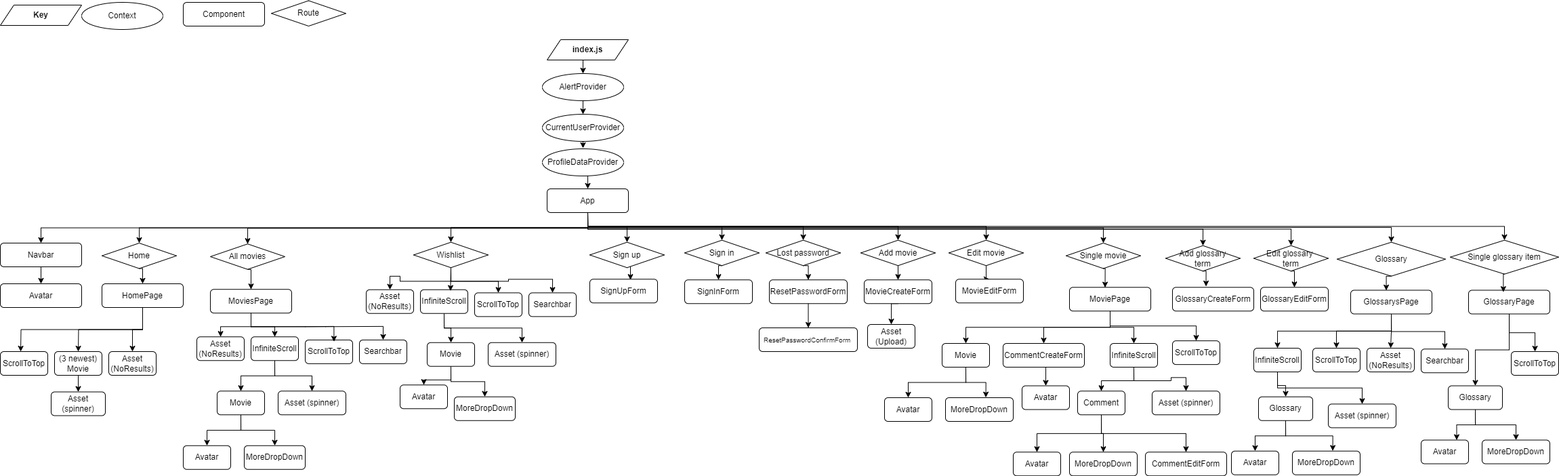
puma13992/cinematography keeps this draw.io diagram as documentation/features/components-part-1.png. Above is the earlier version. Source tidied: cells renumbered, new cells last; positions are measured from the earlier drawing's top-left corner, leaving out a move shared by most shapes.
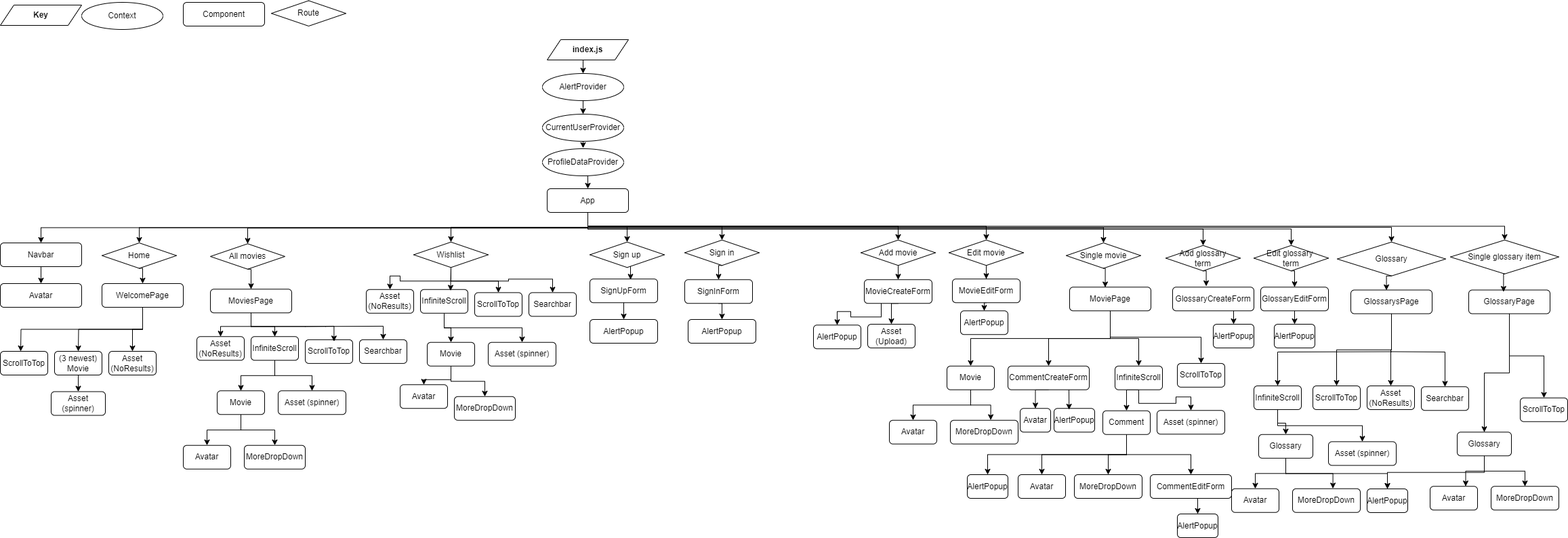
The same diagram one commit later.

Commit message:
Add components table to the readme

What changed in the source:
```diff
@@ -76,5 +76,2 @@
     </mxCell>
-    <mxCell id="25" style="edgeStyle=orthogonalEdgeStyle;rounded=0;jettySize=auto;html=1;exitX=0.5;exitY=1;exitDx=0;exitDy=0;" parent="1" edge="1" source="27" target="141">
-      <mxGeometry relative="1" as="geometry" />
-    </mxCell>
     <mxCell id="26" style="edgeStyle=orthogonalEdgeStyle;rounded=0;jettySize=auto;html=1;exitX=0.5;exitY=1;exitDx=0;exitDy=0;" parent="1" edge="1" source="27" target="151">
@@ -161,5 +158,8 @@
     </mxCell>
-    <mxCell id="51" value="HomePage" style="rounded=1;whiteSpace=wrap;html=1;" parent="1" vertex="1">
+    <mxCell id="51" value="WelcomePage" style="rounded=1;whiteSpace=wrap;html=1;" parent="1" vertex="1">
       <mxGeometry x="150" y="418" width="120" height="35" as="geometry" />
     </mxCell>
+    <mxCell id="162" style="edgeStyle=orthogonalEdgeStyle;rounded=0;jettySize=auto;html=1;exitX=0.5;exitY=1;exitDx=0;exitDy=0;entryX=0.5;entryY=0;entryDx=0;entryDy=0;" parent="1" edge="1" source="52" target="172">
+      <mxGeometry relative="1" as="geometry" />
+    </mxCell>
     <mxCell id="52" value="SignUpForm" style="rounded=1;whiteSpace=wrap;html=1;" parent="1" vertex="1">
@@ -167,2 +167,5 @@
     </mxCell>
+    <mxCell id="163" style="edgeStyle=orthogonalEdgeStyle;rounded=0;jettySize=auto;html=1;exitX=0.5;exitY=1;exitDx=0;exitDy=0;entryX=0.5;entryY=0;entryDx=0;entryDy=0;" parent="1" edge="1" source="53" target="173">
+      <mxGeometry relative="1" as="geometry" />
+    </mxCell>
     <mxCell id="53" value="SignInForm" style="rounded=1;whiteSpace=wrap;html=1;" parent="1" vertex="1">
@@ -173,2 +176,5 @@
     </mxCell>
+    <mxCell id="164" style="edgeStyle=orthogonalEdgeStyle;rounded=0;jettySize=auto;html=1;exitX=0.25;exitY=1;exitDx=0;exitDy=0;entryX=0.5;entryY=0;entryDx=0;entryDy=0;" parent="1" edge="1" source="55" target="174">
+      <mxGeometry relative="1" as="geometry" />
+    </mxCell>
     <mxCell id="55" value="MovieCreateForm" style="rounded=1;whiteSpace=wrap;html=1;" parent="1" vertex="1">
@@ -176,4 +182,7 @@
     </mxCell>
+    <mxCell id="165" style="edgeStyle=orthogonalEdgeStyle;rounded=0;jettySize=auto;html=1;exitX=0.5;exitY=1;exitDx=0;exitDy=0;entryX=0.5;entryY=0;entryDx=0;entryDy=0;" parent="1" edge="1" source="56" target="175">
+      <mxGeometry relative="1" as="geometry" />
+    </mxCell>
     <mxCell id="56" value="MovieEditForm" style="rounded=1;whiteSpace=wrap;html=1;" parent="1" vertex="1">
-      <mxGeometry x="1410" y="411.2" width="100" height="35" as="geometry" />
+      <mxGeometry x="1405" y="411.2" width="100" height="35" as="geometry" />
     </mxCell>
@@ -237,9 +246,9 @@
     <mxCell id="76" value="Movie" style="rounded=1;whiteSpace=wrap;html=1;" parent="1" vertex="1">
-      <mxGeometry x="1390" y="506" width="70" height="35" as="geometry" />
+      <mxGeometry x="1397" y="539.8" width="70" height="35" as="geometry" />
     </mxCell>
     <mxCell id="77" value="Avatar" style="rounded=1;whiteSpace=wrap;html=1;" parent="1" vertex="1">
-      <mxGeometry x="1305" y="586" width="70" height="35" as="geometry" />
+      <mxGeometry x="1312" y="619.8" width="70" height="35" as="geometry" />
     </mxCell>
     <mxCell id="78" value="MoreDropDown" style="rounded=1;whiteSpace=wrap;html=1;" parent="1" vertex="1">
-      <mxGeometry x="1395" y="586" width="100" height="35" as="geometry" />
+      <mxGeometry x="1402" y="619.8" width="100" height="35" as="geometry" />
     </mxCell>
@@ -249,3 +258,3 @@
     <mxCell id="80" value="CommentCreateForm" style="rounded=1;whiteSpace=wrap;html=1;" parent="1" vertex="1">
-      <mxGeometry x="1480" y="506" width="120" height="35" as="geometry" />
+      <mxGeometry x="1487" y="539.8" width="120" height="35" as="geometry" />
     </mxCell>
@@ -258,6 +267,6 @@
     <mxCell id="83" value="InfiniteScroll" style="rounded=1;whiteSpace=wrap;html=1;" parent="1" vertex="1">
-      <mxGeometry x="1638" y="506" width="70" height="35" as="geometry" />
+      <mxGeometry x="1645" y="539.8" width="70" height="35" as="geometry" />
     </mxCell>
     <mxCell id="84" value="Asset (spinner)" style="rounded=1;whiteSpace=wrap;html=1;" parent="1" vertex="1">
-      <mxGeometry x="1700" y="576.2" width="100" height="35" as="geometry" />
+      <mxGeometry x="1707" y="605.2" width="100" height="35" as="geometry" />
     </mxCell>
@@ -272,13 +281,19 @@
     </mxCell>
+    <mxCell id="166" style="edgeStyle=orthogonalEdgeStyle;rounded=0;jettySize=auto;html=1;exitX=0.5;exitY=1;exitDx=0;exitDy=0;" parent="1" edge="1" source="88" target="177">
+      <mxGeometry relative="1" as="geometry" />
+    </mxCell>
     <mxCell id="88" value="Comment" style="rounded=1;whiteSpace=wrap;html=1;" parent="1" vertex="1">
-      <mxGeometry x="1590" y="576.2" width="70" height="35" as="geometry" />
+      <mxGeometry x="1627" y="605.8" width="70" height="35" as="geometry" />
     </mxCell>
     <mxCell id="89" value="Avatar" style="rounded=1;whiteSpace=wrap;html=1;" parent="1" vertex="1">
-      <mxGeometry x="1495" y="666.2" width="70" height="35" as="geometry" />
+      <mxGeometry x="1502" y="700" width="70" height="35" as="geometry" />
     </mxCell>
     <mxCell id="90" value="MoreDropDown" style="rounded=1;whiteSpace=wrap;html=1;" parent="1" vertex="1">
-      <mxGeometry x="1578" y="666.2" width="100" height="35" as="geometry" />
+      <mxGeometry x="1585" y="700" width="100" height="35" as="geometry" />
     </mxCell>
+    <mxCell id="167" style="edgeStyle=orthogonalEdgeStyle;rounded=0;jettySize=auto;html=1;exitX=0.5;exitY=1;exitDx=0;exitDy=0;entryX=0.5;entryY=0;entryDx=0;entryDy=0;" parent="1" edge="1" source="91" target="178">
+      <mxGeometry relative="1" as="geometry" />
+    </mxCell>
     <mxCell id="91" value="CommentEditForm" style="rounded=1;whiteSpace=wrap;html=1;" parent="1" vertex="1">
-      <mxGeometry x="1690" y="666.2" width="120" height="35" as="geometry" />
+      <mxGeometry x="1697" y="700" width="120" height="35" as="geometry" />
     </mxCell>
@@ -302,2 +317,5 @@
     </mxCell>
+    <mxCell id="168" style="edgeStyle=orthogonalEdgeStyle;rounded=0;jettySize=auto;html=1;exitX=0.75;exitY=1;exitDx=0;exitDy=0;entryX=0.5;entryY=0;entryDx=0;entryDy=0;" parent="1" edge="1" source="98" target="180">
+      <mxGeometry relative="1" as="geometry" />
+    </mxCell>
     <mxCell id="98" value="GlossaryCreateForm" style="rounded=1;whiteSpace=wrap;html=1;" parent="1" vertex="1">
@@ -305,2 +323,5 @@
     </mxCell>
+    <mxCell id="169" style="edgeStyle=orthogonalEdgeStyle;rounded=0;jettySize=auto;html=1;exitX=0.5;exitY=1;exitDx=0;exitDy=0;entryX=0.5;entryY=0;entryDx=0;entryDy=0;" parent="1" edge="1" source="99" target="182">
+      <mxGeometry relative="1" as="geometry" />
+    </mxCell>
     <mxCell id="99" value="GlossaryEditForm" style="rounded=1;whiteSpace=wrap;html=1;" parent="1" vertex="1">
@@ -311,7 +332,11 @@
     </mxCell>
-    <mxCell id="101" style="edgeStyle=orthogonalEdgeStyle;rounded=0;jettySize=auto;html=1;exitX=0.5;exitY=1;exitDx=0;exitDy=0;entryX=0.5;entryY=0;entryDx=0;entryDy=0;" parent="1" edge="1" source="105" target="112">
-      <mxGeometry relative="1" as="geometry" />
+    <mxCell id="101" style="edgeStyle=orthogonalEdgeStyle;rounded=0;jettySize=auto;html=1;exitX=0.5;exitY=1;exitDx=0;exitDy=0;entryX=0.5;entryY=0;entryDx=0;entryDy=0;" parent="1" edge="1" target="112">
+      <mxGeometry relative="1" as="geometry">
+        <mxPoint x="2053" y="518.5" as="sourcePoint" />
+      </mxGeometry>
     </mxCell>
-    <mxCell id="102" style="edgeStyle=orthogonalEdgeStyle;rounded=0;jettySize=auto;html=1;exitX=0.5;exitY=1;exitDx=0;exitDy=0;" parent="1" edge="1" source="105" target="150">
-      <mxGeometry relative="1" as="geometry" />
+    <mxCell id="102" style="edgeStyle=orthogonalEdgeStyle;rounded=0;jettySize=auto;html=1;exitX=0.5;exitY=1;exitDx=0;exitDy=0;" parent="1" edge="1" target="150">
+      <mxGeometry relative="1" as="geometry">
+        <mxPoint x="2053" y="518.5" as="sourcePoint" />
+      </mxGeometry>
     </mxCell>
@@ -329,10 +354,13 @@
     </mxCell>
+    <mxCell id="170" style="edgeStyle=orthogonalEdgeStyle;rounded=0;jettySize=auto;html=1;exitX=0.5;exitY=1;exitDx=0;exitDy=0;entryX=0.5;entryY=0;entryDx=0;entryDy=0;" parent="1" edge="1" source="107" target="181">
+      <mxGeometry relative="1" as="geometry" />
+    </mxCell>
     <mxCell id="107" value="Glossary" style="rounded=1;whiteSpace=wrap;html=1;" parent="1" vertex="1">
-      <mxGeometry x="1857" y="584.8" width="80" height="35" as="geometry" />
+      <mxGeometry x="1857" y="640.8" width="80" height="35" as="geometry" />
     </mxCell>
     <mxCell id="108" value="Avatar" style="rounded=1;whiteSpace=wrap;html=1;" parent="1" vertex="1">
-      <mxGeometry x="1817" y="664.8" width="70" height="35" as="geometry" />
+      <mxGeometry x="1817" y="720.8" width="70" height="35" as="geometry" />
     </mxCell>
     <mxCell id="109" value="MoreDropDown" style="rounded=1;whiteSpace=wrap;html=1;" parent="1" vertex="1">
-      <mxGeometry x="1907" y="664.8" width="100" height="35" as="geometry" />
+      <mxGeometry x="1907" y="720.8" width="100" height="35" as="geometry" />
     </mxCell>
@@ -345,6 +373,6 @@
     <mxCell id="112" value="InfiniteScroll" style="rounded=1;whiteSpace=wrap;html=1;" parent="1" vertex="1">
-      <mxGeometry x="1850" y="513" width="70" height="35" as="geometry" />
+      <mxGeometry x="1850" y="569" width="70" height="35" as="geometry" />
     </mxCell>
     <mxCell id="113" value="Asset (spinner)" style="rounded=1;whiteSpace=wrap;html=1;" parent="1" vertex="1">
-      <mxGeometry x="1960" y="595.4" width="100" height="35" as="geometry" />
+      <mxGeometry x="1960" y="651.4" width="100" height="35" as="geometry" />
     </mxCell>
@@ -430,17 +458,2 @@
     </mxCell>
-    <mxCell id="140" style="edgeStyle=orthogonalEdgeStyle;rounded=0;jettySize=auto;html=1;exitX=0.5;exitY=1;exitDx=0;exitDy=0;entryX=0.5;entryY=0;entryDx=0;entryDy=0;" parent="1" edge="1" source="141" target="143">
-      <mxGeometry relative="1" as="geometry" />
-    </mxCell>
-    <mxCell id="141" value="Lost password" style="rhombus;whiteSpace=wrap;html=1;" parent="1" vertex="1">
-      <mxGeometry x="1130" y="353.8" width="110" height="37.5" as="geometry" />
-    </mxCell>
-    <mxCell id="142" style="edgeStyle=orthogonalEdgeStyle;rounded=0;jettySize=auto;html=1;exitX=0.5;exitY=1;exitDx=0;exitDy=0;entryX=0.5;entryY=0;entryDx=0;entryDy=0;" parent="1" edge="1" source="143" target="144">
-      <mxGeometry relative="1" as="geometry" />
-    </mxCell>
-    <mxCell id="143" value="ResetPasswordForm" style="rounded=1;whiteSpace=wrap;html=1;" parent="1" vertex="1">
-      <mxGeometry x="1135" y="412.2" width="115" height="35" as="geometry" />
-    </mxCell>
-    <mxCell id="144" value="&lt;font style=&quot;font-size: 10px;&quot;&gt;ResetPasswordConfirmForm&amp;nbsp;&lt;/font&gt;" style="rounded=1;whiteSpace=wrap;html=1;" parent="1" vertex="1">
-      <mxGeometry x="1120" y="483" width="145" height="35" as="geometry" />
-    </mxCell>
     <mxCell id="145" value="Asset (Upload)" style="rounded=1;whiteSpace=wrap;html=1;" parent="1" vertex="1">
@@ -449,15 +462,15 @@
     <mxCell id="146" value="Avatar" style="rounded=1;whiteSpace=wrap;html=1;" parent="1" vertex="1">
-      <mxGeometry x="1508" y="568.5" width="70" height="35" as="geometry" />
+      <mxGeometry x="1505" y="602.2" width="45" height="35" as="geometry" />
     </mxCell>
     <mxCell id="147" value="ScrollToTop" style="rounded=1;whiteSpace=wrap;html=1;" parent="1" vertex="1">
-      <mxGeometry x="1730" y="502.1" width="70" height="35" as="geometry" />
+      <mxGeometry x="1737" y="535.9" width="70" height="35" as="geometry" />
     </mxCell>
     <mxCell id="148" value="ScrollToTop" style="rounded=1;whiteSpace=wrap;html=1;" parent="1" vertex="1">
-      <mxGeometry x="1937" y="513" width="70" height="35" as="geometry" />
+      <mxGeometry x="1937" y="569" width="70" height="35" as="geometry" />
     </mxCell>
     <mxCell id="149" value="Asset (NoResults)" style="rounded=1;whiteSpace=wrap;html=1;" parent="1" vertex="1">
-      <mxGeometry x="2017" y="513" width="70" height="35" as="geometry" />
+      <mxGeometry x="2017" y="569" width="70" height="35" as="geometry" />
     </mxCell>
     <mxCell id="150" value="Searchbar" style="rounded=1;whiteSpace=wrap;html=1;" parent="1" vertex="1">
-      <mxGeometry x="2097" y="514.2" width="70" height="35" as="geometry" />
+      <mxGeometry x="2097" y="570.2" width="70" height="35" as="geometry" />
     </mxCell>
@@ -466,8 +479,8 @@
     </mxCell>
+    <mxCell id="153" style="edgeStyle=orthogonalEdgeStyle;rounded=0;jettySize=auto;html=1;exitX=0.5;exitY=1;exitDx=0;exitDy=0;" parent="1" edge="1" source="154" target="157">
+      <mxGeometry relative="1" as="geometry" />
+    </mxCell>
-    <mxCell id="152" style="edgeStyle=orthogonalEdgeStyle;rounded=0;jettySize=auto;html=1;" parent="1" edge="1" source="154" target="160">
+    <mxCell id="152" style="edgeStyle=orthogonalEdgeStyle;rounded=0;jettySize=auto;html=1;exitX=0.5;exitY=1;exitDx=0;exitDy=0;" parent="1" edge="1" source="154" target="160">
       <mxGeometry relative="1" as="geometry" />
     </mxCell>
-    <mxCell id="153" style="edgeStyle=orthogonalEdgeStyle;rounded=0;jettySize=auto;html=1;exitX=0.5;exitY=1;exitDx=0;exitDy=0;entryX=0.5;entryY=0;entryDx=0;entryDy=0;" parent="1" edge="1" source="154" target="157">
-      <mxGeometry relative="1" as="geometry" />
-    </mxCell>
     <mxCell id="154" value="GlossaryPage" style="rounded=1;whiteSpace=wrap;html=1;" parent="1" vertex="1">
@@ -481,13 +494,16 @@
     </mxCell>
+    <mxCell id="171" style="edgeStyle=orthogonalEdgeStyle;rounded=0;jettySize=auto;html=1;exitX=0.5;exitY=1;exitDx=0;exitDy=0;entryX=0.5;entryY=0;entryDx=0;entryDy=0;" parent="1" edge="1" source="157" target="181">
+      <mxGeometry relative="1" as="geometry" />
+    </mxCell>
     <mxCell id="157" value="Glossary" style="rounded=1;whiteSpace=wrap;html=1;" parent="1" vertex="1">
-      <mxGeometry x="2137" y="568.5" width="80" height="35" as="geometry" />
+      <mxGeometry x="2150" y="637.2" width="80" height="35" as="geometry" />
     </mxCell>
     <mxCell id="158" value="Avatar" style="rounded=1;whiteSpace=wrap;html=1;" parent="1" vertex="1">
-      <mxGeometry x="2097" y="648.5" width="70" height="35" as="geometry" />
+      <mxGeometry x="2110" y="717.2" width="70" height="35" as="geometry" />
     </mxCell>
     <mxCell id="159" value="MoreDropDown" style="rounded=1;whiteSpace=wrap;html=1;" parent="1" vertex="1">
-      <mxGeometry x="2187" y="648.5" width="100" height="35" as="geometry" />
+      <mxGeometry x="2200" y="717.2" width="100" height="35" as="geometry" />
     </mxCell>
     <mxCell id="160" value="ScrollToTop" style="rounded=1;whiteSpace=wrap;html=1;" parent="1" vertex="1">
-      <mxGeometry x="2230" y="518" width="70" height="35" as="geometry" />
+      <mxGeometry x="2243" y="586.8" width="70" height="35" as="geometry" />
     </mxCell>
@@ -496,2 +512,35 @@
     </mxCell>
+    <mxCell id="172" value="AlertPopup" style="rounded=1;whiteSpace=wrap;html=1;" parent="1" vertex="1">
+      <mxGeometry x="870" y="471" width="100" height="35" as="geometry" />
+    </mxCell>
+    <mxCell id="173" value="AlertPopup" style="rounded=1;whiteSpace=wrap;html=1;" parent="1" vertex="1">
+      <mxGeometry x="1015" y="471" width="100" height="35" as="geometry" />
+    </mxCell>
+    <mxCell id="174" value="AlertPopup" style="rounded=1;whiteSpace=wrap;html=1;" parent="1" vertex="1">
+      <mxGeometry x="1200" y="479.2" width="70" height="35" as="geometry" />
+    </mxCell>
+    <mxCell id="175" value="AlertPopup" style="rounded=1;whiteSpace=wrap;html=1;" parent="1" vertex="1">
+      <mxGeometry x="1417" y="458.2" width="70" height="35" as="geometry" />
+    </mxCell>
+    <mxCell id="176" value="AlertPopup" style="rounded=1;whiteSpace=wrap;html=1;" parent="1" vertex="1">
+      <mxGeometry x="1555" y="602.2" width="60" height="35" as="geometry" />
+    </mxCell>
+    <mxCell id="177" value="AlertPopup" style="rounded=1;whiteSpace=wrap;html=1;" parent="1" vertex="1">
+      <mxGeometry x="1427" y="700" width="60" height="35" as="geometry" />
+    </mxCell>
+    <mxCell id="178" value="AlertPopup" style="rounded=1;whiteSpace=wrap;html=1;" parent="1" vertex="1">
+      <mxGeometry x="1737" y="758" width="60" height="35" as="geometry" />
+    </mxCell>
+    <mxCell id="179" style="edgeStyle=orthogonalEdgeStyle;rounded=0;jettySize=auto;html=1;exitX=0.75;exitY=1;exitDx=0;exitDy=0;entryX=0.37;entryY=0.05;entryDx=0;entryDy=0;entryPerimeter=0;" parent="1" edge="1" source="80" target="176">
+      <mxGeometry relative="1" as="geometry" />
+    </mxCell>
+    <mxCell id="180" value="AlertPopup" style="rounded=1;whiteSpace=wrap;html=1;" parent="1" vertex="1">
+      <mxGeometry x="1790" y="478" width="60" height="35" as="geometry" />
+    </mxCell>
+    <mxCell id="181" value="AlertPopup" style="rounded=1;whiteSpace=wrap;html=1;" parent="1" vertex="1">
+      <mxGeometry x="2017" y="721" width="60" height="35" as="geometry" />
+    </mxCell>
+    <mxCell id="182" value="AlertPopup" style="rounded=1;whiteSpace=wrap;html=1;" parent="1" vertex="1">
+      <mxGeometry x="1880" y="478" width="60" height="35" as="geometry" />
+    </mxCell>
   </root>
```
